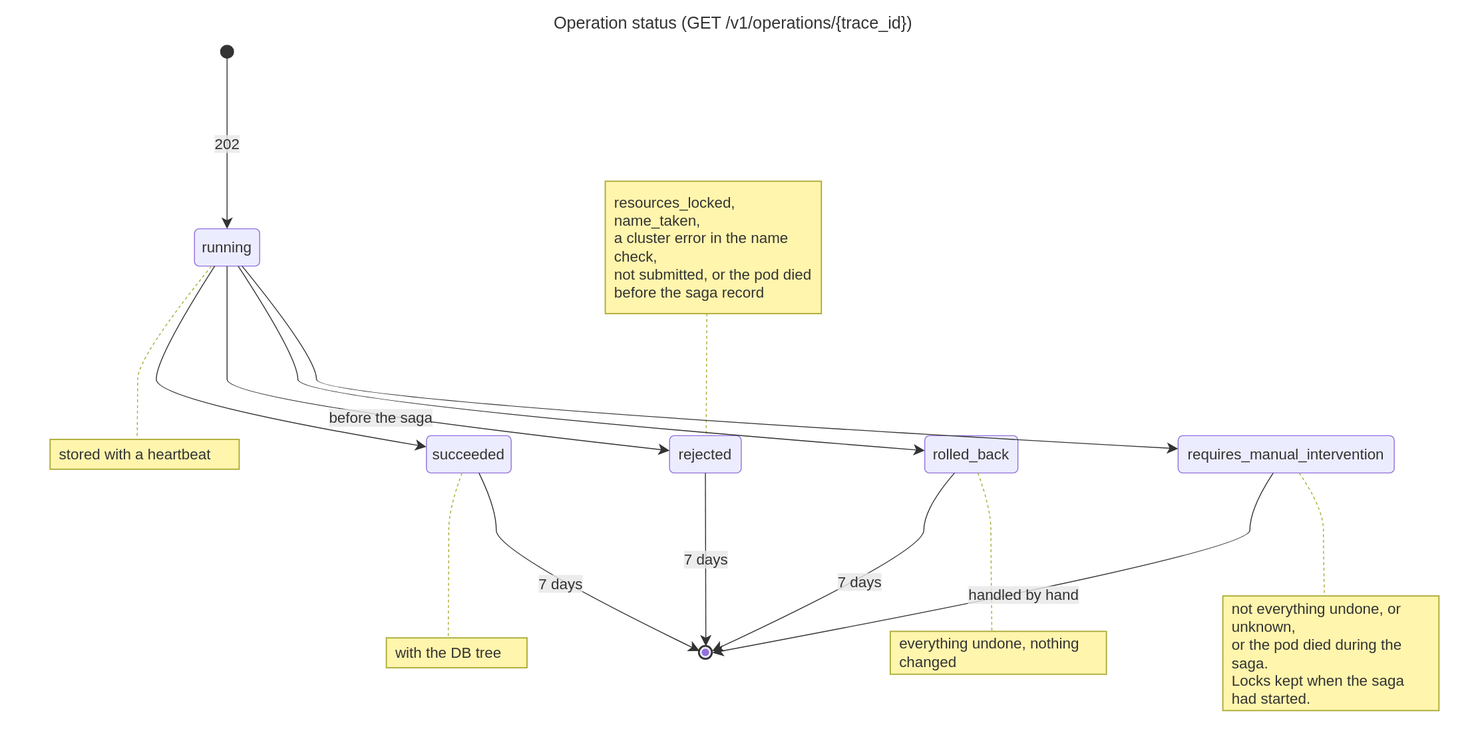
Earlier version of the draw.io export docs/diagrams/16-state-operation.drawio.svg (EliShteinman/redis-enterprise-services). Source tidied: cells renumbered, new cells last; positions are measured from the earlier drawing's top-left corner, leaving out a move shared by most shapes.
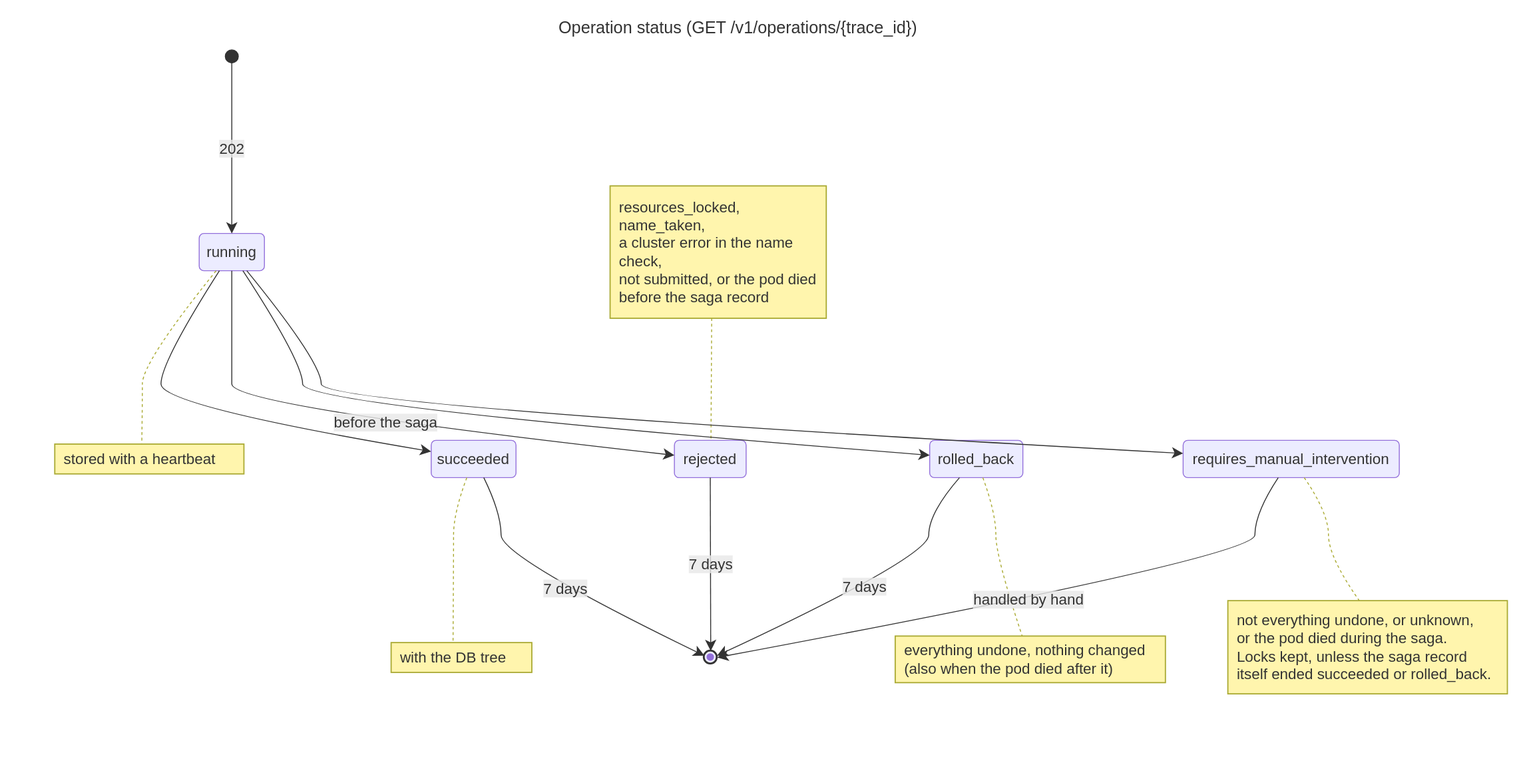
After the change.

What changed in the source:
```diff
@@ -57,8 +57,8 @@
     <mxCell id="16" value="rolled_back" style="rounded=1;absoluteArcSize=1;arcSize=10;html=1;whiteSpace=wrap;strokeWidth=1;fillColor=light-dark(#ECECFF,#1f2020);strokeColor=light-dark(#9370DB,#cccccc);fontColor=light-dark(#333333,#cccccc);fontFamily=Trebuchet MS,Verdana,Arial,sans-serif;fontSize=16;" parent="15" vertex="1">
       <mxGeometry x="72" y="35" width="100" height="40" as="geometry" />
     </mxCell>
-    <mxCell id="17" value="everything undone, nothing changed" style="rounded=0;whiteSpace=wrap;html=1;align=left;spacingLeft=8;spacingRight=8;fillColor=light-dark(#fff5ad,#2a2a2a);strokeColor=light-dark(#aaaa33,#cccccc);strokeWidth=1.3;fontColor=light-dark(#333333,#cccccc);fontFamily=Trebuchet MS,Verdana,Arial,sans-serif;fontSize=16;" parent="15" vertex="1">
-      <mxGeometry x="35" y="245" width="232" height="46" as="geometry" />
+    <mxCell id="17" value="everything undone, nothing changed&lt;br&gt;(also when the pod died after it)" style="rounded=0;whiteSpace=wrap;html=1;align=left;spacingLeft=8;spacingRight=8;fillColor=light-dark(#fff5ad,#2a2a2a);strokeColor=light-dark(#aaaa33,#cccccc);strokeWidth=1.3;fontColor=light-dark(#333333,#cccccc);fontFamily=Trebuchet MS,Verdana,Arial,sans-serif;fontSize=16;" parent="15" vertex="1">
+      <mxGeometry x="35" y="245" width="290" height="50" as="geometry" />
     </mxCell>
     <mxCell id="18" style="curved=1;dashed=1;startArrow=none;endArrow=none;fillColor=none;strokeColor=#aaaa33;exitX=0.57;exitY=1;entryX=0.47;entryY=0;fixDash=1;" parent="15" edge="1" source="16" target="17">
       <mxGeometry relative="1" as="geometry">
@@ -74,8 +74,8 @@
     <mxCell id="20" value="requires_manual_intervention" style="rounded=1;absoluteArcSize=1;arcSize=10;html=1;whiteSpace=wrap;strokeWidth=1;fillColor=light-dark(#ECECFF,#1f2020);strokeColor=light-dark(#9370DB,#cccccc);fontColor=light-dark(#333333,#cccccc);fontFamily=Trebuchet MS,Verdana,Arial,sans-serif;fontSize=16;" parent="19" vertex="1">
       <mxGeometry x="35" y="35" width="232" height="40" as="geometry" />
     </mxCell>
-    <mxCell id="21" value="not everything undone, or unknown,&lt;br&gt;or the pod died during the saga.&lt;br&gt;Locks kept when the saga had started." style="rounded=0;whiteSpace=wrap;html=1;align=left;spacingLeft=8;spacingRight=8;fillColor=light-dark(#fff5ad,#2a2a2a);strokeColor=light-dark(#aaaa33,#cccccc);strokeWidth=1.3;fontColor=light-dark(#333333,#cccccc);fontFamily=Trebuchet MS,Verdana,Arial,sans-serif;fontSize=16;" parent="19" vertex="1">
-      <mxGeometry x="83" y="207" width="232" height="123" as="geometry" />
+    <mxCell id="21" value="not everything undone, or unknown,&lt;br&gt;or the pod died during the saga.&lt;br&gt;Locks kept, unless the saga record&lt;br&gt;itself ended succeeded or rolled_back." style="rounded=0;whiteSpace=wrap;html=1;align=left;spacingLeft=8;spacingRight=8;fillColor=light-dark(#fff5ad,#2a2a2a);strokeColor=light-dark(#aaaa33,#cccccc);strokeWidth=1.3;fontColor=light-dark(#333333,#cccccc);fontFamily=Trebuchet MS,Verdana,Arial,sans-serif;fontSize=16;" parent="19" vertex="1">
+      <mxGeometry x="83" y="207" width="300" height="100" as="geometry" />
     </mxCell>
     <mxCell id="22" style="curved=1;dashed=1;startArrow=none;endArrow=none;fillColor=none;strokeColor=#aaaa33;exitX=0.56;exitY=1;entryX=0.47;entryY=0;fixDash=1;" parent="19" edge="1" source="20" target="21">
       <mxGeometry relative="1" as="geometry">
```
